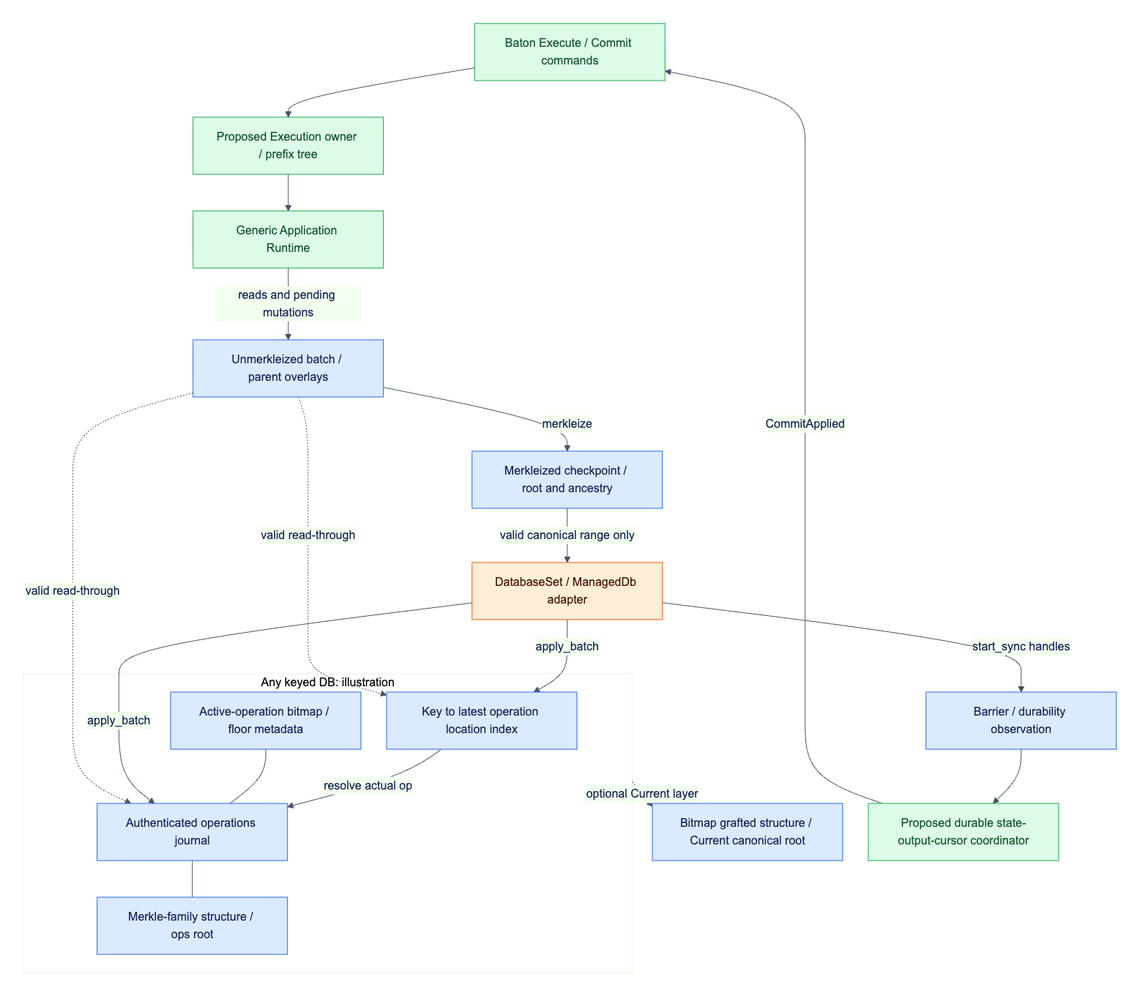
The Mermaid diagram assets/diagrams/diagram-16.png in djm07073/baton-research, before a commit. Its source is kept beside it as assets/diagrams/diagram-16.mmd.
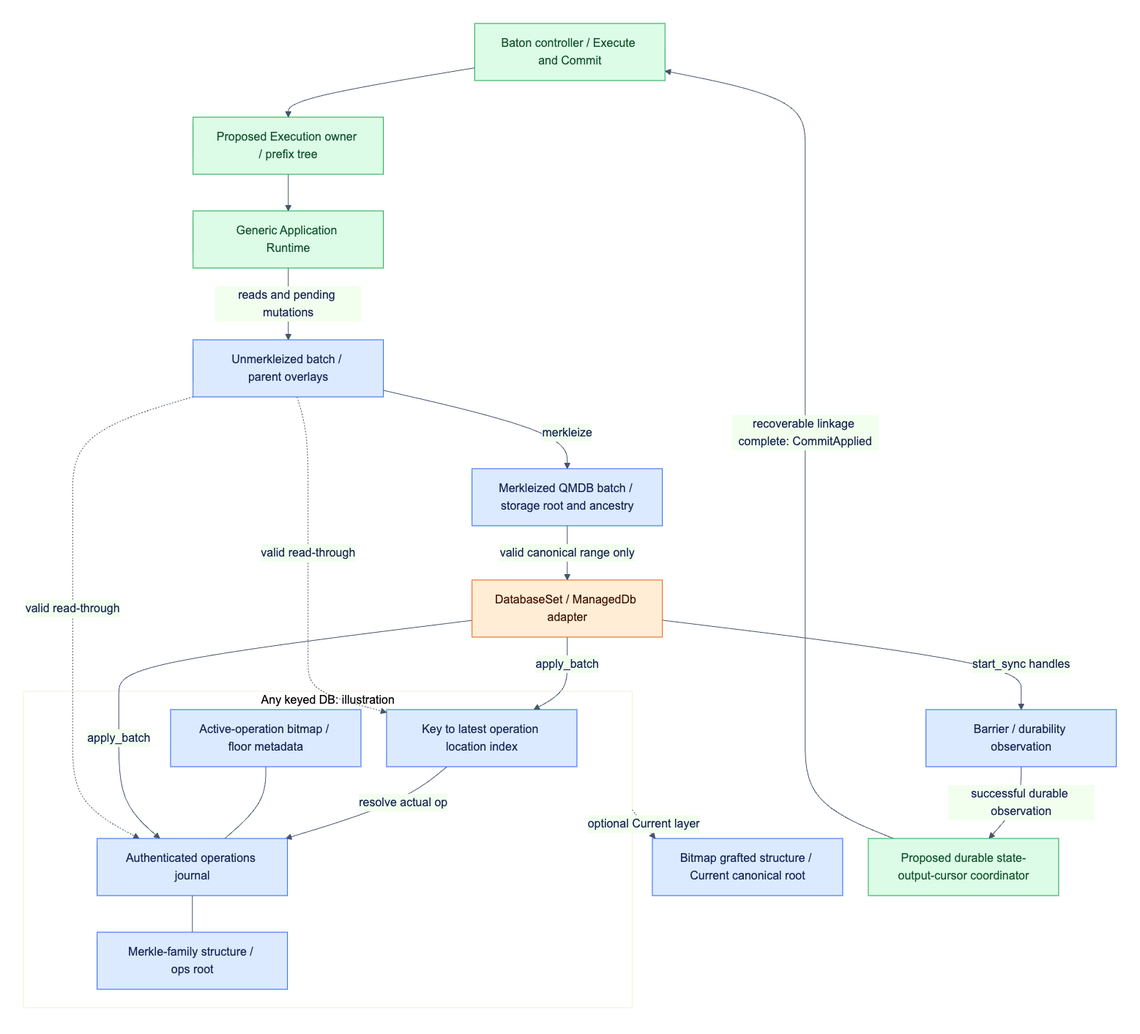
The same diagram one commit later.

The edit, as a diff of the source:
```diff
@@ -1,8 +1,8 @@
 flowchart TB
-    B[Baton Execute / Commit commands] --> O[Proposed Execution owner / prefix tree]
+    B[Baton controller / Execute and Commit] --> O[Proposed Execution owner / prefix tree]
     O --> R[Generic Application Runtime]
     R -->|reads and pending mutations| U[Unmerkleized batch / parent overlays]
-    U -->|merkleize| K[Merkleized checkpoint / root and ancestry]
+    U -->|merkleize| K[Merkleized QMDB batch / storage root and ancestry]
     K -->|valid canonical range only| D[DatabaseSet / ManagedDb adapter]
     subgraph Q[Any keyed DB: illustration]
         I[Key to latest operation location index]
@@ -19,8 +19,8 @@
     U -. valid read-through .-> L
     Q -. optional Current layer .-> C[Bitmap grafted structure / Current canonical root]
     D -->|start_sync handles| F[Barrier / durability observation]
-    F --> J[Proposed durable state-output-cursor coordinator]
-    J -->|CommitApplied| B
+    F -->|successful durable observation| J[Proposed durable state-output-cursor coordinator]
+    J -->|recoverable linkage complete: CommitApplied| B
     classDef reuse fill:#dbeafe,stroke:#2563eb,color:#172554;
     classDef adapt fill:#ffedd5,stroke:#ea580c,color:#431407;
     classDef fresh fill:#dcfce7,stroke:#16a34a,color:#14532d;
```
